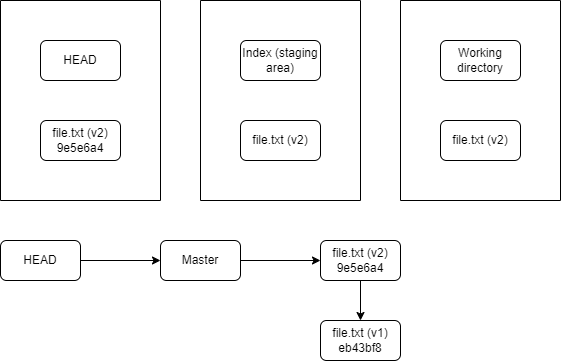
Earlier version of the draw.io export img/git/git7.png (riehseun/riehseun.github.io). Source tidied: cells renumbered, new cells last; positions are measured from the earlier drawing's top-left corner, leaving out a move shared by most shapes. The source it was exported from:
```xml
<mxGraphModel>
  <root>
    <mxCell id="0" />
    <mxCell id="1" parent="0" />
    <mxCell id="2" value="HEAD" style="rounded=1;whiteSpace=wrap;html=1;" parent="1" vertex="1">
      <mxGeometry x="40" y="40" width="80" height="40" as="geometry" />
    </mxCell>
    <mxCell id="3" style="swimlane;startSize=0;" parent="1" vertex="1">
      <mxGeometry width="160" height="200" as="geometry" />
    </mxCell>
    <mxCell id="4" value="file.txt (v2)&lt;div&gt;9e5e6a4&lt;/div&gt;" style="rounded=1;whiteSpace=wrap;html=1;" parent="3" vertex="1">
      <mxGeometry x="40" y="120" width="80" height="40" as="geometry" />
    </mxCell>
    <mxCell id="5" style="swimlane;startSize=0;" parent="1" vertex="1">
      <mxGeometry x="200" width="160" height="200" as="geometry" />
    </mxCell>
    <mxCell id="6" value="Index (staging area)" style="rounded=1;whiteSpace=wrap;html=1;" parent="5" vertex="1">
      <mxGeometry x="40" y="40" width="80" height="40" as="geometry" />
    </mxCell>
    <mxCell id="7" value="file.txt (v2)" style="rounded=1;whiteSpace=wrap;html=1;" parent="5" vertex="1">
      <mxGeometry x="40" y="120" width="80" height="40" as="geometry" />
    </mxCell>
    <mxCell id="8" style="swimlane;startSize=0;" parent="1" vertex="1">
      <mxGeometry x="400" width="160" height="200" as="geometry" />
    </mxCell>
    <mxCell id="9" value="Working directory" style="rounded=1;whiteSpace=wrap;html=1;" parent="8" vertex="1">
      <mxGeometry x="40" y="40" width="80" height="40" as="geometry" />
    </mxCell>
    <mxCell id="10" value="file.txt (v2)" style="rounded=1;whiteSpace=wrap;html=1;" parent="8" vertex="1">
      <mxGeometry x="40" y="120" width="80" height="40" as="geometry" />
    </mxCell>
    <mxCell id="11" style="edgeStyle=orthogonalEdgeStyle;rounded=0;jettySize=auto;html=1;exitX=1;exitY=0.5;exitDx=0;exitDy=0;" parent="1" edge="1" source="12" target="14">
      <mxGeometry relative="1" as="geometry" />
    </mxCell>
    <mxCell id="12" value="HEAD" style="rounded=1;whiteSpace=wrap;html=1;" parent="1" vertex="1">
      <mxGeometry y="240" width="80" height="40" as="geometry" />
    </mxCell>
    <mxCell id="13" style="edgeStyle=orthogonalEdgeStyle;rounded=0;jettySize=auto;html=1;exitX=1;exitY=0.5;exitDx=0;exitDy=0;entryX=0;entryY=0.5;entryDx=0;entryDy=0;" parent="1" edge="1" source="14" target="16">
      <mxGeometry relative="1" as="geometry" />
    </mxCell>
    <mxCell id="14" value="Master" style="rounded=1;whiteSpace=wrap;html=1;" parent="1" vertex="1">
      <mxGeometry x="160" y="240" width="80" height="40" as="geometry" />
    </mxCell>
    <mxCell id="15" style="edgeStyle=orthogonalEdgeStyle;rounded=0;jettySize=auto;html=1;exitX=0.5;exitY=1;exitDx=0;exitDy=0;entryX=0.5;entryY=0;entryDx=0;entryDy=0;" parent="1" edge="1" source="16" target="17">
      <mxGeometry relative="1" as="geometry" />
    </mxCell>
    <mxCell id="16" value="file.txt (v2)&lt;div&gt;9e5e6a4&lt;br&gt;&lt;/div&gt;" style="rounded=1;whiteSpace=wrap;html=1;" parent="1" vertex="1">
      <mxGeometry x="320" y="240" width="80" height="40" as="geometry" />
    </mxCell>
    <mxCell id="17" value="file.txt (v1)&lt;div&gt;eb43bf8&lt;/div&gt;" style="rounded=1;whiteSpace=wrap;html=1;" parent="1" vertex="1">
      <mxGeometry x="320" y="320" width="80" height="40" as="geometry" />
    </mxCell>
  </root>
</mxGraphModel>
```
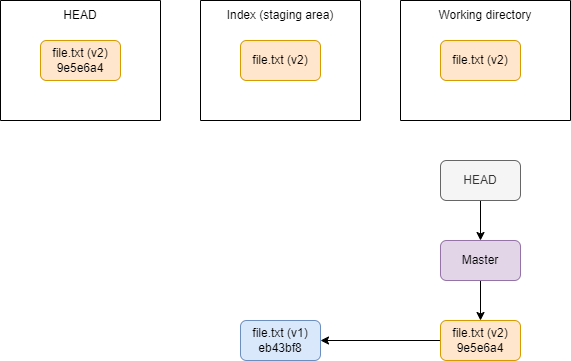
The same diagram one commit later.

Diff of the diagram source:
```diff
@@ -2,53 +2,53 @@
   <root>
     <mxCell id="0" />
     <mxCell id="1" parent="0" />
-    <mxCell id="2" value="HEAD" style="rounded=1;whiteSpace=wrap;html=1;" parent="1" vertex="1">
-      <mxGeometry x="40" y="40" width="80" height="40" as="geometry" />
-    </mxCell>
     <mxCell id="3" style="swimlane;startSize=0;" parent="1" vertex="1">
-      <mxGeometry width="160" height="200" as="geometry" />
+      <mxGeometry width="160" height="120" as="geometry" />
     </mxCell>
-    <mxCell id="4" value="file.txt (v2)&lt;div&gt;9e5e6a4&lt;/div&gt;" style="rounded=1;whiteSpace=wrap;html=1;" parent="3" vertex="1">
-      <mxGeometry x="40" y="120" width="80" height="40" as="geometry" />
+    <mxCell id="4" value="file.txt (v2) 9e5e6a4" style="rounded=1;whiteSpace=wrap;html=1;fillColor=#ffe6cc;strokeColor=#d79b00;" parent="3" vertex="1">
+      <mxGeometry x="40" y="40" width="80" height="40" as="geometry" />
     </mxCell>
+    <mxCell id="2" value="HEAD" style="text;html=1;align=center;verticalAlign=middle;whiteSpace=wrap;rounded=0;" parent="3" vertex="1">
+      <mxGeometry width="160" height="30" as="geometry" />
+    </mxCell>
     <mxCell id="5" style="swimlane;startSize=0;" parent="1" vertex="1">
-      <mxGeometry x="200" width="160" height="200" as="geometry" />
+      <mxGeometry x="200" width="160" height="120" as="geometry" />
     </mxCell>
+    <mxCell id="7" value="file.txt (v2)" style="rounded=1;whiteSpace=wrap;html=1;fillColor=#ffe6cc;strokeColor=#d79b00;" parent="5" vertex="1">
+      <mxGeometry x="40" y="40" width="80" height="40" as="geometry" />
+    </mxCell>
-    <mxCell id="6" value="Index (staging area)" style="rounded=1;whiteSpace=wrap;html=1;" parent="5" vertex="1">
-      <mxGeometry x="40" y="40" width="80" height="40" as="geometry" />
+    <mxCell id="6" value="Index (staging area)" style="text;html=1;align=center;verticalAlign=middle;whiteSpace=wrap;rounded=0;" parent="5" vertex="1">
+      <mxGeometry width="160" height="30" as="geometry" />
     </mxCell>
-    <mxCell id="7" value="file.txt (v2)" style="rounded=1;whiteSpace=wrap;html=1;" parent="5" vertex="1">
-      <mxGeometry x="40" y="120" width="80" height="40" as="geometry" />
-    </mxCell>
     <mxCell id="8" style="swimlane;startSize=0;" parent="1" vertex="1">
-      <mxGeometry x="400" width="160" height="200" as="geometry" />
+      <mxGeometry x="400" width="170" height="120" as="geometry" />
     </mxCell>
+    <mxCell id="10" value="file.txt (v2)" style="rounded=1;whiteSpace=wrap;html=1;fillColor=#ffe6cc;strokeColor=#d79b00;" parent="8" vertex="1">
+      <mxGeometry x="40" y="40" width="80" height="40" as="geometry" />
+    </mxCell>
-    <mxCell id="9" value="Working directory" style="rounded=1;whiteSpace=wrap;html=1;" parent="8" vertex="1">
-      <mxGeometry x="40" y="40" width="80" height="40" as="geometry" />
+    <mxCell id="9" value="Working directory" style="text;html=1;align=center;verticalAlign=middle;whiteSpace=wrap;rounded=0;" parent="8" vertex="1">
+      <mxGeometry width="170" height="30" as="geometry" />
     </mxCell>
-    <mxCell id="10" value="file.txt (v2)" style="rounded=1;whiteSpace=wrap;html=1;" parent="8" vertex="1">
-      <mxGeometry x="40" y="120" width="80" height="40" as="geometry" />
-    </mxCell>
-    <mxCell id="11" style="edgeStyle=orthogonalEdgeStyle;rounded=0;jettySize=auto;html=1;exitX=1;exitY=0.5;exitDx=0;exitDy=0;" parent="1" edge="1" source="12" target="14">
+    <mxCell id="11" style="edgeStyle=orthogonalEdgeStyle;rounded=0;jettySize=auto;html=1;exitX=0.5;exitY=1;exitDx=0;exitDy=0;entryX=0.5;entryY=0;entryDx=0;entryDy=0;" parent="1" edge="1" source="12" target="14">
       <mxGeometry relative="1" as="geometry" />
     </mxCell>
-    <mxCell id="12" value="HEAD" style="rounded=1;whiteSpace=wrap;html=1;" parent="1" vertex="1">
-      <mxGeometry y="240" width="80" height="40" as="geometry" />
+    <mxCell id="12" value="HEAD" style="rounded=1;whiteSpace=wrap;html=1;fillColor=#f5f5f5;fontColor=#333333;strokeColor=#666666;" parent="1" vertex="1">
+      <mxGeometry x="440" y="160" width="80" height="40" as="geometry" />
     </mxCell>
-    <mxCell id="13" style="edgeStyle=orthogonalEdgeStyle;rounded=0;jettySize=auto;html=1;exitX=1;exitY=0.5;exitDx=0;exitDy=0;entryX=0;entryY=0.5;entryDx=0;entryDy=0;" parent="1" edge="1" source="14" target="16">
-      <mxGeometry relative="1" as="geometry" />
-    </mxCell>
+    <mxCell id="18" style="edgeStyle=orthogonalEdgeStyle;rounded=0;jettySize=auto;html=1;exitX=0.5;exitY=1;exitDx=0;exitDy=0;entryX=0.5;entryY=0;entryDx=0;entryDy=0;" parent="1" edge="1" source="14" target="17">
+      <mxGeometry relative="1" as="geometry" />
+    </mxCell>
-    <mxCell id="14" value="Master" style="rounded=1;whiteSpace=wrap;html=1;" parent="1" vertex="1">
-      <mxGeometry x="160" y="240" width="80" height="40" as="geometry" />
+    <mxCell id="14" value="Master" style="rounded=1;whiteSpace=wrap;html=1;fillColor=#e1d5e7;strokeColor=#9673a6;" parent="1" vertex="1">
+      <mxGeometry x="440" y="240" width="80" height="40" as="geometry" />
     </mxCell>
-    <mxCell id="15" style="edgeStyle=orthogonalEdgeStyle;rounded=0;jettySize=auto;html=1;exitX=0.5;exitY=1;exitDx=0;exitDy=0;entryX=0.5;entryY=0;entryDx=0;entryDy=0;" parent="1" edge="1" source="16" target="17">
-      <mxGeometry relative="1" as="geometry" />
-    </mxCell>
-    <mxCell id="16" value="file.txt (v2)&lt;div&gt;9e5e6a4&lt;br&gt;&lt;/div&gt;" style="rounded=1;whiteSpace=wrap;html=1;" parent="1" vertex="1">
-      <mxGeometry x="320" y="240" width="80" height="40" as="geometry" />
-    </mxCell>
+    <mxCell id="19" style="edgeStyle=orthogonalEdgeStyle;rounded=0;jettySize=auto;html=1;exitX=0;exitY=0.5;exitDx=0;exitDy=0;entryX=1;entryY=0.5;entryDx=0;entryDy=0;" parent="1" edge="1" source="17" target="20">
+      <mxGeometry relative="1" as="geometry" />
+    </mxCell>
-    <mxCell id="17" value="file.txt (v1)&lt;div&gt;eb43bf8&lt;/div&gt;" style="rounded=1;whiteSpace=wrap;html=1;" parent="1" vertex="1">
-      <mxGeometry x="320" y="320" width="80" height="40" as="geometry" />
+    <mxCell id="17" value="file.txt (v2) 9e5e6a4" style="rounded=1;whiteSpace=wrap;html=1;fillColor=#ffe6cc;strokeColor=#d79b00;" parent="1" vertex="1">
+      <mxGeometry x="440" y="320" width="80" height="40" as="geometry" />
     </mxCell>
+    <mxCell id="20" value="file.txt (v1)&lt;div&gt;eb43bf8&lt;/div&gt;" style="rounded=1;whiteSpace=wrap;html=1;fillColor=#dae8fc;strokeColor=#6c8ebf;" parent="1" vertex="1">
+      <mxGeometry x="240" y="320" width="80" height="40" as="geometry" />
+    </mxCell>
   </root>
 </mxGraphModel>
```
